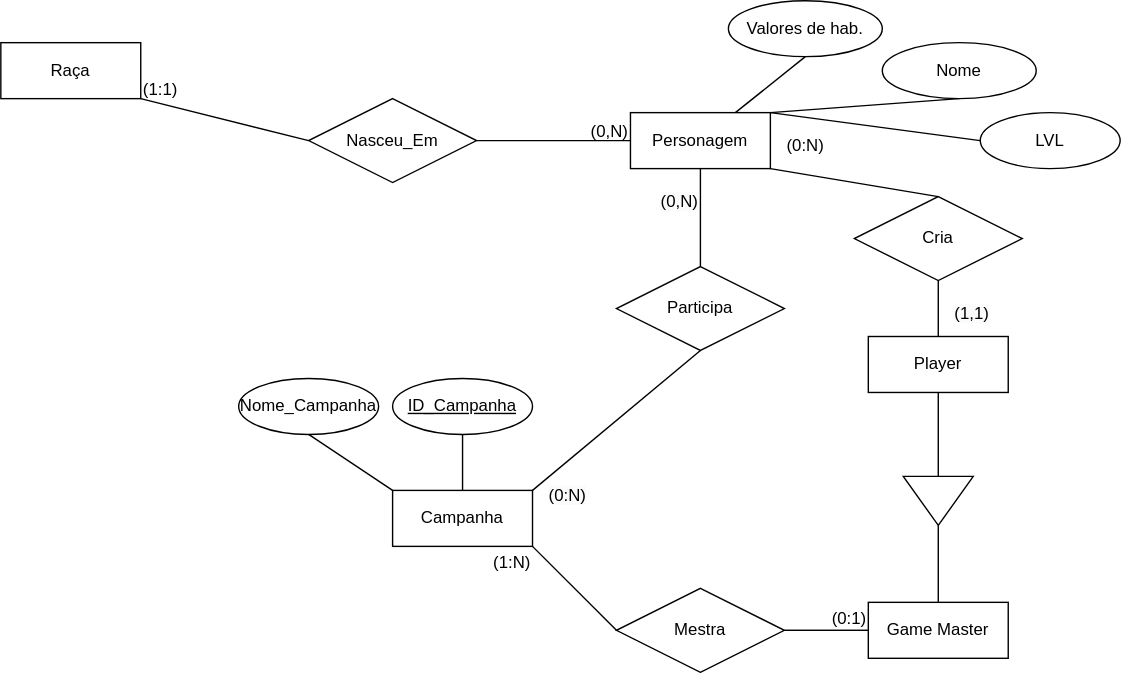
The draw.io diagram Diagrama sem nome.drawio.svg in VitorFonseca123/DnD-RPG, before a commit. Source tidied: cells renumbered, new cells last; positions are measured from the earlier drawing's top-left corner, leaving out a move shared by most shapes.
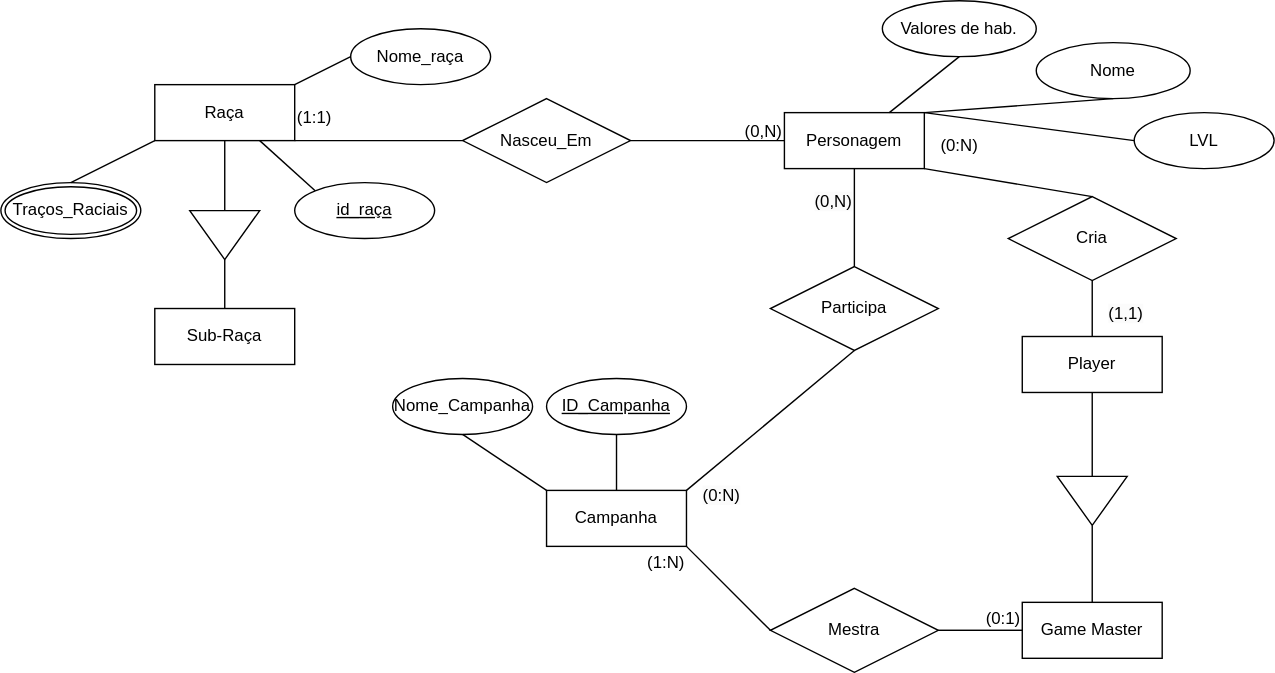
After the commit.

Diff of the diagram source:
```diff
@@ -102,7 +102,7 @@
       <mxGeometry relative="1" as="geometry" />
     </mxCell>
     <mxCell id="35" value="Raça" style="whiteSpace=wrap;html=1;align=center;" parent="1" vertex="1">
-      <mxGeometry y="30" width="100" height="40" as="geometry" />
+      <mxGeometry y="60" width="100" height="40" as="geometry" />
     </mxCell>
     <mxCell id="36" value="Nasceu_Em" style="shape=rhombus;perimeter=rhombusPerimeter;whiteSpace=wrap;html=1;align=center;" parent="1" vertex="1">
       <mxGeometry x="220" y="70" width="120" height="60" as="geometry" />
@@ -114,10 +114,40 @@
       <mxGeometry relative="1" as="geometry" />
     </mxCell>
     <mxCell id="39" value="&lt;span style=&quot;text-align: right; text-wrap: nowrap;&quot;&gt;(1&lt;/span&gt;&lt;span style=&quot;text-align: right; text-wrap: nowrap; background-color: initial;&quot;&gt;:1)&lt;/span&gt;" style="text;whiteSpace=wrap;html=1;" parent="1" vertex="1">
-      <mxGeometry x="100" y="50" width="60" height="30" as="geometry" />
+      <mxGeometry x="100" y="70" width="60" height="30" as="geometry" />
     </mxCell>
     <mxCell id="40" value="&lt;span style=&quot;text-align: right; text-wrap: nowrap;&quot;&gt;(0,N&lt;/span&gt;&lt;span style=&quot;text-align: right; text-wrap: nowrap; background-color: initial;&quot;&gt;)&lt;/span&gt;" style="text;whiteSpace=wrap;html=1;" parent="1" vertex="1">
       <mxGeometry x="420" y="80" width="60" height="30" as="geometry" />
     </mxCell>
+    <mxCell id="41" value="Sub-Raça" style="whiteSpace=wrap;html=1;align=center;" parent="1" vertex="1">
+      <mxGeometry y="220" width="100" height="40" as="geometry" />
+    </mxCell>
+    <mxCell id="42" style="verticalLabelPosition=bottom;verticalAlign=top;html=1;shape=mxgraph.basic.acute_triangle;dx=0.5;rotation=-180;" parent="1" vertex="1">
+      <mxGeometry x="25" y="150" width="50" height="35" as="geometry" />
+    </mxCell>
+    <mxCell id="43" style="endArrow=none;html=1;rounded=0;exitX=0;exitY=0;exitDx=25;exitDy=0;exitPerimeter=0;entryX=0.5;entryY=0;entryDx=0;entryDy=0;" parent="1" edge="1" source="42" target="41">
+      <mxGeometry relative="1" as="geometry" />
+    </mxCell>
+    <mxCell id="44" style="endArrow=none;html=1;rounded=0;exitX=0.5;exitY=1;exitDx=0;exitDy=0;entryX=0.5;entryY=1;entryDx=0;entryDy=0;entryPerimeter=0;" parent="1" edge="1" source="35" target="42">
+      <mxGeometry relative="1" as="geometry" />
+    </mxCell>
+    <mxCell id="45" value="&lt;u&gt;id_raça&lt;/u&gt;" style="ellipse;whiteSpace=wrap;html=1;align=center;" parent="1" vertex="1">
+      <mxGeometry x="100" y="130" width="100" height="40" as="geometry" />
+    </mxCell>
+    <mxCell id="46" style="endArrow=none;html=1;rounded=0;exitX=0;exitY=0;exitDx=0;exitDy=0;entryX=0.75;entryY=1;entryDx=0;entryDy=0;" parent="1" edge="1" source="45" target="35">
+      <mxGeometry relative="1" as="geometry" />
+    </mxCell>
+    <mxCell id="47" value="Nome_raça" style="ellipse;whiteSpace=wrap;html=1;align=center;" parent="1" vertex="1">
+      <mxGeometry x="140" y="20" width="100" height="40" as="geometry" />
+    </mxCell>
+    <mxCell id="48" style="endArrow=none;html=1;rounded=0;exitX=1;exitY=0;exitDx=0;exitDy=0;entryX=0;entryY=0.5;entryDx=0;entryDy=0;" parent="1" edge="1" source="35" target="47">
+      <mxGeometry relative="1" as="geometry" />
+    </mxCell>
+    <mxCell id="49" value="Traços_Raciais" style="ellipse;shape=doubleEllipse;margin=3;whiteSpace=wrap;html=1;align=center;" parent="1" vertex="1">
+      <mxGeometry x="-110" y="130" width="100" height="40" as="geometry" />
+    </mxCell>
+    <mxCell id="50" style="endArrow=none;html=1;rounded=0;exitX=0.5;exitY=0;exitDx=0;exitDy=0;entryX=0;entryY=1;entryDx=0;entryDy=0;" parent="1" edge="1" source="49" target="35">
+      <mxGeometry relative="1" as="geometry" />
+    </mxCell>
   </root>
 </mxGraphModel>
```
